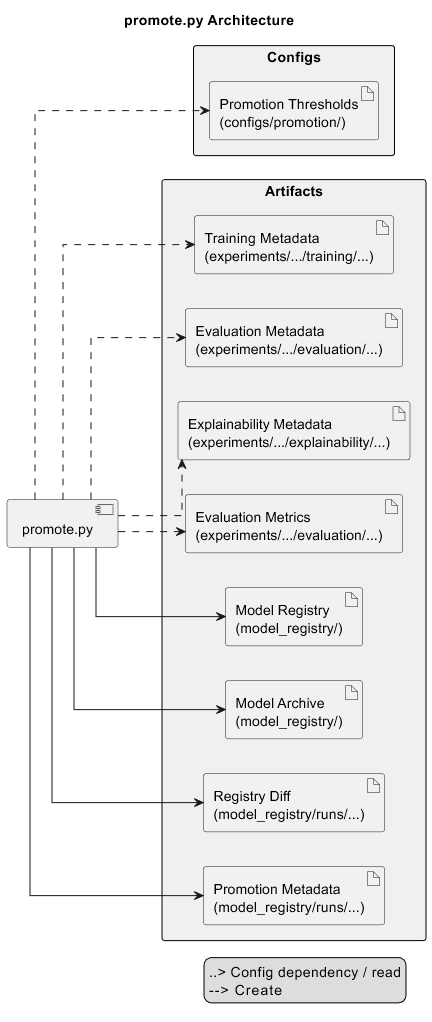
This is docs/architecture/img/promote.png from Sebastijan-Dominis/ml-workflow-engine, a PlantUML export, as it was before one commit. Its source is kept beside it as docs/architecture/uml/promote.puml.
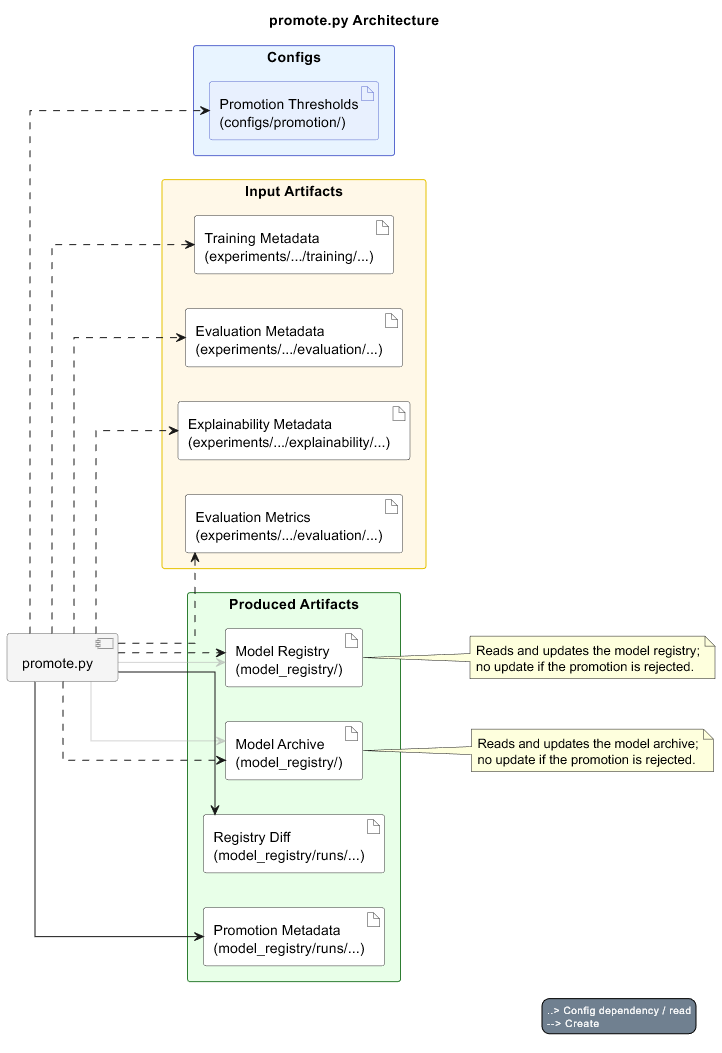
Above is the later version.

The edit, as a diff of the source:
```diff
@@ -1,32 +1,31 @@
 @startuml promote.py Architecture
 title promote.py Architecture
+!include architecture-theme.puml
 left to right direction
 
 skinparam shadowing false
 skinparam linetype ortho
 skinparam packageStyle rectangle
 
-skinparam package {
-    BorderColor black
-    BackgroundColor #f0f0f0
-    Shadowing false
+component script as "promote.py" <<script>>
+
+package "Configs"<<Configs>> {
+    artifact promotion_thresholds as "Promotion Thresholds\n(configs/promotion/)" <<config>>
 }
 
-component script as "promote.py"
-
-package "Configs" {
-    artifact promotion_thresholds as "Promotion Thresholds\n(configs/promotion/)"
+package "Input Artifacts"<<InputArtifacts>> {
+    artifact training_metadata as "Training Metadata\n(experiments/.../training/...)" <<artifact>>
+    artifact evaluation_metadata as "Evaluation Metadata\n(experiments/.../evaluation/...)" <<artifact>>
+    artifact explainability_metadata as "Explainability Metadata\n(experiments/.../explainability/...)" <<artifact>>
+    artifact evaluation_metrics as "Evaluation Metrics\n(experiments/.../evaluation/...)" <<artifact>>
 }
 
-package "Artifacts" {
-    artifact training_metadata as "Training Metadata\n(experiments/.../training/...)"
-    artifact evaluation_metadata as "Evaluation Metadata\n(experiments/.../evaluation/...)"
-    artifact explainability_metadata as "Explainability Metadata\n(experiments/.../explainability/...)"
-    artifact evaluation_metrics as "Evaluation Metrics\n(experiments/.../evaluation/...)"
-    artifact model_registry as "Model Registry\n(model_registry/)"
-    artifact model_archive as "Model Archive\n(model_registry/)"
-    artifact registry_diff as "Registry Diff\n(model_registry/runs/...)"
-    artifact promotion_metadata as "Promotion Metadata\n(model_registry/runs/...)"
+package "Produced Artifacts"<<ProducedArtifacts>> {
+    artifact model_registry as "Model Registry\n(model_registry/)" <<artifact>>
+    artifact model_archive as "Model Archive\n(model_registry/)" <<artifact>>
+    artifact registry_diff as "Registry Diff\n(model_registry/runs/...)" <<artifact>>
+    artifact promotion_metadata as "Promotion Metadata\n(model_registry/runs/...)" <<artifact>>
+
 }
 
 script ..> promotion_thresholds
@@ -35,10 +34,22 @@
 script ..> explainability_metadata
 script ..> evaluation_metrics
 
-script --> model_registry
-script --> model_archive
+script --[#AAAAAA80]> model_registry
+script ..> model_registry
+script --[#AAAAAA80]> model_archive
+script ..> model_archive
 script --> registry_diff
 script --> promotion_metadata
+
+note right of model_registry
+Reads and updates the model registry;
+no update if the promotion is rejected.
+end note
+
+note right of model_archive
+Reads and updates the model archive;
+no update if the promotion is rejected.
+end note
 
 legend right
 ..>   Config dependency / read
```
